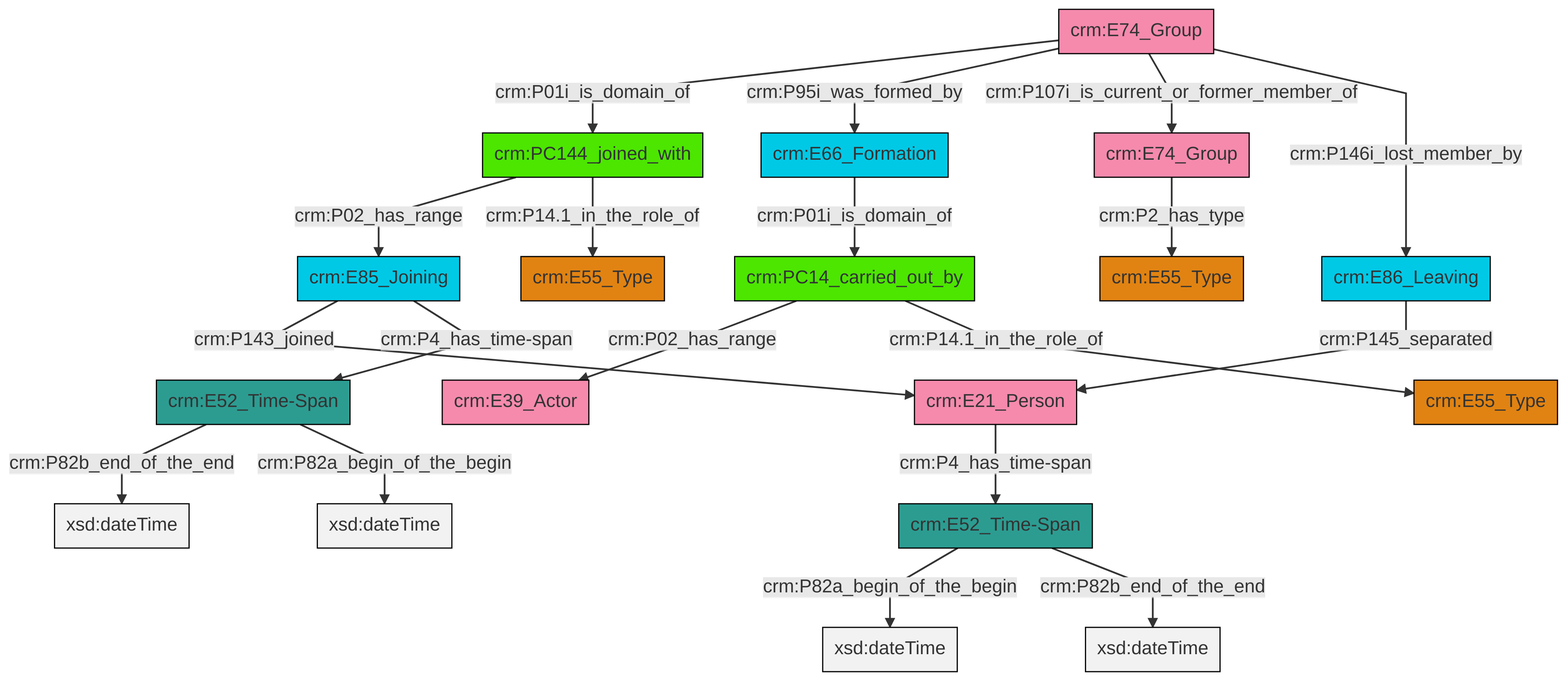
Above: et/groupCSV/ttl/mmd/png/group_actor_relations.png in swiss-art-research-net/reference-data-models (Mermaid), before the change. Its source is kept beside it as et/groupCSV/ttl/mmd/group_actor_relations.ttl.mmd.
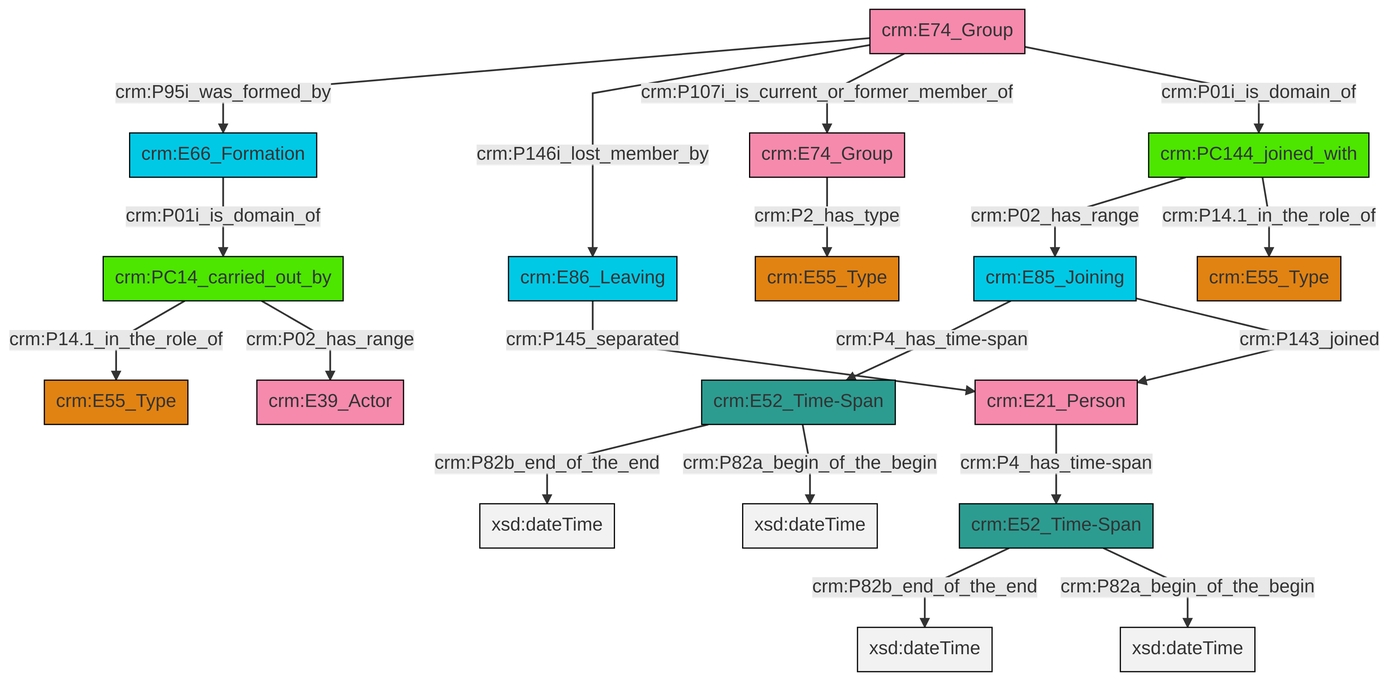
The same diagram one commit later.

What changed in the source:
```diff
@@ -13,21 +13,21 @@
 classDef PC_Classes fill:#4ce600, stroke:#000000;
 classDef Multi fill:#cccccc,stroke:#000000;
 
-4["crm:E66_Formation"]:::Temporal_Entity -->|crm:P01i_is_domain_of| 5["crm:PC14_carried_out_by"]:::PC_Classes
-8["crm:E21_Person"]:::Actor -->|crm:P4_has_time-span| 9["crm:E52_Time-Span"]:::Time-Span
-6["crm:E52_Time-Span"]:::Time-Span -->|crm:P82b_end_of_the_end| 12[xsd:dateTime]:::Literal
-14["crm:E74_Group"]:::Actor -->|crm:P01i_is_domain_of| 15["crm:PC144_joined_with"]:::PC_Classes
-9["crm:E52_Time-Span"]:::Time-Span -->|crm:P82a_begin_of_the_begin| 16[xsd:dateTime]:::Literal
-5["crm:PC14_carried_out_by"]:::PC_Classes -->|crm:P02_has_range| 2["crm:E39_Actor"]:::Actor
-17["crm:E74_Group"]:::Actor -->|crm:P2_has_type| 10["crm:E55_Type"]:::Type
-15["crm:PC144_joined_with"]:::PC_Classes -->|crm:P02_has_range| 0["crm:E85_Joining"]:::Temporal_Entity
-6["crm:E52_Time-Span"]:::Time-Span -->|crm:P82a_begin_of_the_begin| 19[xsd:dateTime]:::Literal
-14["crm:E74_Group"]:::Actor -->|crm:P95i_was_formed_by| 4["crm:E66_Formation"]:::Temporal_Entity
-0["crm:E85_Joining"]:::Temporal_Entity -->|crm:P143_joined| 8["crm:E21_Person"]:::Actor
-0["crm:E85_Joining"]:::Temporal_Entity -->|crm:P4_has_time-span| 6["crm:E52_Time-Span"]:::Time-Span
-24["crm:E86_Leaving"]:::Temporal_Entity -->|crm:P145_separated| 8["crm:E21_Person"]:::Actor
-5["crm:PC14_carried_out_by"]:::PC_Classes -->|crm:P14.1_in_the_role_of| 25["crm:E55_Type"]:::Type
-14["crm:E74_Group"]:::Actor -->|crm:P107i_is_current_or_former_member_of| 17["crm:E74_Group"]:::Actor
-14["crm:E74_Group"]:::Actor -->|crm:P146i_lost_member_by| 24["crm:E86_Leaving"]:::Temporal_Entity
-15["crm:PC144_joined_with"]:::PC_Classes -->|crm:P14.1_in_the_role_of| 26["crm:E55_Type"]:::Type
-9["crm:E52_Time-Span"]:::Time-Span -->|crm:P82b_end_of_the_end| 34[xsd:dateTime]:::Literal
+2["crm:E74_Group"]:::Actor -->|crm:P95i_was_formed_by| 3["crm:E66_Formation"]:::Temporal_Entity
+4["crm:E52_Time-Span"]:::Time-Span -->|crm:P82b_end_of_the_end| 5[xsd:dateTime]:::Literal
+8["crm:PC144_joined_with"]:::PC_Classes -->|crm:P02_has_range| 9["crm:E85_Joining"]:::Temporal_Entity
+11["crm:PC14_carried_out_by"]:::PC_Classes -->|crm:P14.1_in_the_role_of| 12["crm:E55_Type"]:::Type
+11["crm:PC14_carried_out_by"]:::PC_Classes -->|crm:P02_has_range| 13["crm:E39_Actor"]:::Actor
+8["crm:PC144_joined_with"]:::PC_Classes -->|crm:P14.1_in_the_role_of| 18["crm:E55_Type"]:::Type
+20["crm:E74_Group"]:::Actor -->|crm:P2_has_type| 6["crm:E55_Type"]:::Type
+2["crm:E74_Group"]:::Actor -->|crm:P146i_lost_member_by| 14["crm:E86_Leaving"]:::Temporal_Entity
+0["crm:E52_Time-Span"]:::Time-Span -->|crm:P82b_end_of_the_end| 21[xsd:dateTime]:::Literal
+2["crm:E74_Group"]:::Actor -->|crm:P107i_is_current_or_former_member_of| 20["crm:E74_Group"]:::Actor
+3["crm:E66_Formation"]:::Temporal_Entity -->|crm:P01i_is_domain_of| 11["crm:PC14_carried_out_by"]:::PC_Classes
+2["crm:E74_Group"]:::Actor -->|crm:P01i_is_domain_of| 8["crm:PC144_joined_with"]:::PC_Classes
+9["crm:E85_Joining"]:::Temporal_Entity -->|crm:P4_has_time-span| 0["crm:E52_Time-Span"]:::Time-Span
+0["crm:E52_Time-Span"]:::Time-Span -->|crm:P82a_begin_of_the_begin| 26[xsd:dateTime]:::Literal
+16["crm:E21_Person"]:::Actor -->|crm:P4_has_time-span| 4["crm:E52_Time-Span"]:::Time-Span
+14["crm:E86_Leaving"]:::Temporal_Entity -->|crm:P145_separated| 16["crm:E21_Person"]:::Actor
+9["crm:E85_Joining"]:::Temporal_Entity -->|crm:P143_joined| 16["crm:E21_Person"]:::Actor
+4["crm:E52_Time-Span"]:::Time-Span -->|crm:P82a_begin_of_the_begin| 34[xsd:dateTime]:::Literal
```
